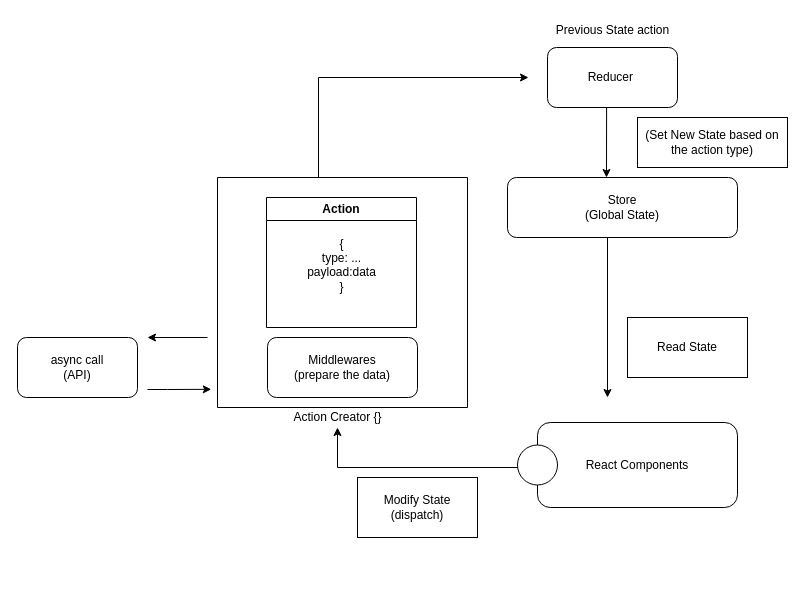
Above: wireframe.drawio in Mr-Raizada/Mr-Raizada (draw.io), before the change. Source tidied: cells renumbered, new cells numbered last; positions are measured from the earlier drawing's top-left corner, leaving out a move shared by most shapes. Both pictures are drawn from the tidied source at 100%, with x=0, y=0 at pixel (17, 17).
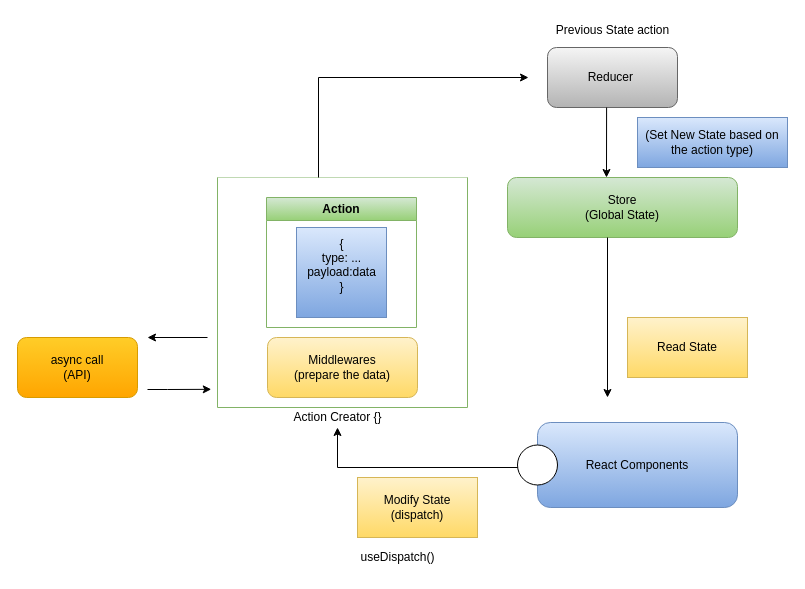
The same diagram, later.

Diff of the diagram source:
```diff
@@
-    <mxCell id="2" style="swimlane;startSize=0;" parent="1" vertex="1">
+    <mxCell id="2" style="swimlane;startSize=0;fillColor=#d5e8d4;strokeColor=#82b366;swimlaneFillColor=default;gradientColor=#97d077;" parent="1" vertex="1">
       <mxGeometry x="200" y="160" width="250" height="230" as="geometry" />
     </mxCell>
-    <mxCell id="3" value="Action " style="swimlane;whiteSpace=wrap;html=1;" parent="2" vertex="1">
+    <mxCell id="3" value="Action " style="swimlane;whiteSpace=wrap;html=1;fillColor=#d5e8d4;strokeColor=#82b366;gradientColor=#97d077;" parent="2" vertex="1">
       <mxGeometry x="49" y="20" width="150" height="130" as="geometry" />
     </mxCell>
-    <mxCell id="4" value="&lt;div&gt;{&lt;/div&gt;&lt;div&gt;type: ...&lt;/div&gt;&lt;div&gt;payload:data&lt;/div&gt;&lt;div&gt;}&lt;/div&gt;&lt;div&gt;&lt;br&gt;&lt;/div&gt;" style="text;html=1;align=center;verticalAlign=middle;strokeColor=none;fillColor=none;" parent="3" vertex="1">
+    <mxCell id="4" value="&lt;div&gt;{&lt;/div&gt;&lt;div&gt;type: ...&lt;/div&gt;&lt;div&gt;payload:data&lt;/div&gt;&lt;div&gt;}&lt;/div&gt;&lt;div&gt;&lt;br&gt;&lt;/div&gt;" style="text;html=1;align=center;verticalAlign=middle;strokeColor=#6c8ebf;fillColor=#dae8fc;gradientColor=#7ea6e0;" parent="3" vertex="1">
       <mxGeometry x="30" y="30" width="90" height="90" as="geometry" />
     </mxCell>
-    <mxCell id="5" value="&lt;div&gt;Middlewares&lt;/div&gt;&lt;div&gt;(prepare the data)&lt;br&gt;&lt;/div&gt;" style="rounded=1;whiteSpace=wrap;html=1;" parent="2" vertex="1">
+    <mxCell id="5" value="&lt;div&gt;Middlewares&lt;/div&gt;&lt;div&gt;(prepare the data)&lt;br&gt;&lt;/div&gt;" style="rounded=1;whiteSpace=wrap;html=1;fillColor=#fff2cc;gradientColor=#ffd966;strokeColor=#d6b656;" parent="2" vertex="1">
       <mxGeometry x="50" y="160" width="150" height="60" as="geometry" />
     </mxCell>
@@
-    <mxCell id="7" value="Reducer&lt;span style=&quot;white-space: pre;&quot;&gt; &lt;/span&gt;" style="rounded=1;whiteSpace=wrap;html=1;" parent="1" vertex="1">
+    <mxCell id="7" value="Reducer&lt;span style=&quot;white-space: pre;&quot;&gt; &lt;/span&gt;" style="rounded=1;whiteSpace=wrap;html=1;fillColor=#f5f5f5;gradientColor=#b3b3b3;strokeColor=#666666;" parent="1" vertex="1">
       <mxGeometry x="530" y="30" width="130" height="60" as="geometry" />
     </mxCell>
@@
-    <mxCell id="9" value="&lt;div&gt;Store &lt;br&gt;&lt;/div&gt;&lt;div&gt;(Global State)&lt;br&gt;&lt;/div&gt;" style="rounded=1;whiteSpace=wrap;html=1;" parent="1" vertex="1">
+    <mxCell id="9" value="&lt;div&gt;Store &lt;br&gt;&lt;/div&gt;&lt;div&gt;(Global State)&lt;br&gt;&lt;/div&gt;" style="rounded=1;whiteSpace=wrap;html=1;fillColor=#d5e8d4;gradientColor=#97d077;strokeColor=#82b366;" parent="1" vertex="1">
       <mxGeometry x="490" y="160" width="230" height="60" as="geometry" />
     </mxCell>
@@
-    <mxCell id="11" value="Read State" style="rounded=0;whiteSpace=wrap;html=1;" parent="1" vertex="1">
+    <mxCell id="11" value="Read State" style="rounded=0;whiteSpace=wrap;html=1;fillColor=#fff2cc;gradientColor=#ffd966;strokeColor=#d6b656;" parent="1" vertex="1">
       <mxGeometry x="610" y="300" width="120" height="60" as="geometry" />
     </mxCell>
-    <mxCell id="12" value="React Components " style="rounded=1;whiteSpace=wrap;html=1;" parent="1" vertex="1">
+    <mxCell id="12" value="React Components " style="rounded=1;whiteSpace=wrap;html=1;fillColor=#dae8fc;gradientColor=#7ea6e0;strokeColor=#6c8ebf;" parent="1" vertex="1">
       <mxGeometry x="520" y="405" width="200" height="85" as="geometry" />
     </mxCell>
@@
-    <mxCell id="17" value="&lt;div&gt;async call&lt;/div&gt;&lt;div&gt;(API)&lt;br&gt;&lt;/div&gt;" style="rounded=1;whiteSpace=wrap;html=1;" parent="1" vertex="1">
+    <mxCell id="17" value="&lt;div&gt;async call&lt;/div&gt;&lt;div&gt;(API)&lt;br&gt;&lt;/div&gt;" style="rounded=1;whiteSpace=wrap;html=1;fillColor=#ffcd28;strokeColor=#d79b00;gradientColor=#ffa500;" parent="1" vertex="1">
       <mxGeometry y="320" width="120" height="60" as="geometry" />
     </mxCell>
@@
-    <mxCell id="19" value="(Set New State based on the action type)" style="rounded=0;whiteSpace=wrap;html=1;" parent="1" vertex="1">
+    <mxCell id="19" value="(Set New State based on the action type)" style="rounded=0;whiteSpace=wrap;html=1;fillColor=#dae8fc;gradientColor=#7ea6e0;strokeColor=#6c8ebf;" parent="1" vertex="1">
       <mxGeometry x="620" y="100" width="150" height="50" as="geometry" />
     </mxCell>
@@
-    <mxCell id="21" value="Modify State (dispatch)" style="whiteSpace=wrap;html=1;" parent="1" vertex="1">
+    <mxCell id="21" value="Modify State (dispatch)" style="whiteSpace=wrap;html=1;fillColor=#fff2cc;gradientColor=#ffd966;strokeColor=#d6b656;" parent="1" vertex="1">
       <mxGeometry x="340" y="460" width="120" height="60" as="geometry" />
     </mxCell>
+    <mxCell id="22" value="useDispatch()" style="text;html=1;align=center;verticalAlign=middle;strokeColor=none;fillColor=none;" parent="1" vertex="1">
+      <mxGeometry x="330" y="525" width="100" height="30" as="geometry" />
+    </mxCell>
```
